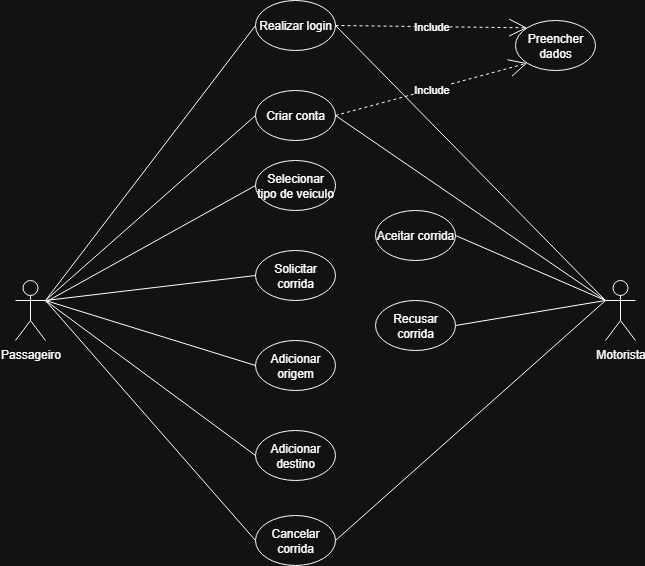
This is documentação/CasoDeUso.drawio.png from LucasnProg/UberPB, a draw.io export, as it was before one commit. Source tidied: cells renumbered, new cells last; positions are measured from the earlier drawing's top-left corner, leaving out a move shared by most shapes.
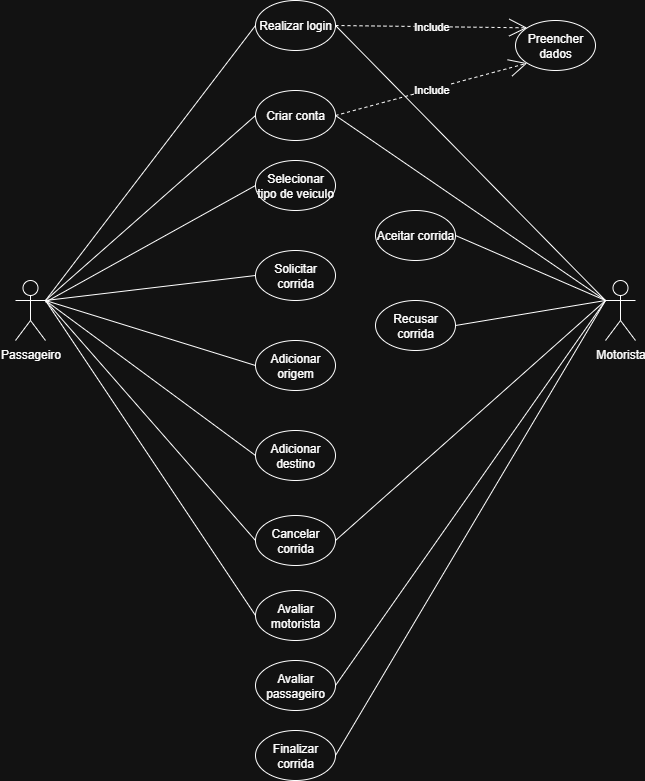
Above is the later version.

Commit message:
Feat: Atualização da documentação

The edit, as a diff of the source:
```diff
@@ -80,5 +80,23 @@
     <mxCell id="27" value="Include" style="endArrow=open;endSize=16;endFill=0;html=1;rounded=0;exitX=1;exitY=0.5;exitDx=0;exitDy=0;entryX=0;entryY=1;entryDx=0;entryDy=0;dashed=1;" parent="1" edge="1" source="20" target="25">
       <mxGeometry relative="1" as="geometry" />
     </mxCell>
+    <mxCell id="28" value="Avaliar motorista" style="ellipse;whiteSpace=wrap;html=1;" parent="1" vertex="1">
+      <mxGeometry x="240" y="590" width="80" height="50" as="geometry" />
+    </mxCell>
+    <mxCell id="29" style="endArrow=none;endSize=16;endFill=0;html=1;rounded=0;entryX=0;entryY=0.5;entryDx=0;entryDy=0;exitX=1;exitY=0.3333333333333333;exitDx=0;exitDy=0;exitPerimeter=0;" parent="1" edge="1" source="2" target="28">
+      <mxGeometry relative="1" as="geometry" />
+    </mxCell>
+    <mxCell id="30" value="Avaliar passageiro" style="ellipse;whiteSpace=wrap;html=1;" parent="1" vertex="1">
+      <mxGeometry x="240" y="660" width="80" height="50" as="geometry" />
+    </mxCell>
+    <mxCell id="31" style="endArrow=none;endSize=16;endFill=0;html=1;rounded=0;entryX=0;entryY=0.3333333333333333;entryDx=0;entryDy=0;exitX=1;exitY=0.5;exitDx=0;exitDy=0;entryPerimeter=0;" parent="1" edge="1" source="30" target="13">
+      <mxGeometry relative="1" as="geometry" />
+    </mxCell>
+    <mxCell id="32" value="Finalizar corrida" style="ellipse;whiteSpace=wrap;html=1;" parent="1" vertex="1">
+      <mxGeometry x="240" y="730" width="80" height="50" as="geometry" />
+    </mxCell>
+    <mxCell id="33" style="endArrow=none;endSize=16;endFill=0;html=1;rounded=0;exitX=1;exitY=0.5;exitDx=0;exitDy=0;entryX=0;entryY=0.3333333333333333;entryDx=0;entryDy=0;entryPerimeter=0;" parent="1" edge="1" source="32" target="13">
+      <mxGeometry relative="1" as="geometry" />
+    </mxCell>
   </root>
 </mxGraphModel>
```
